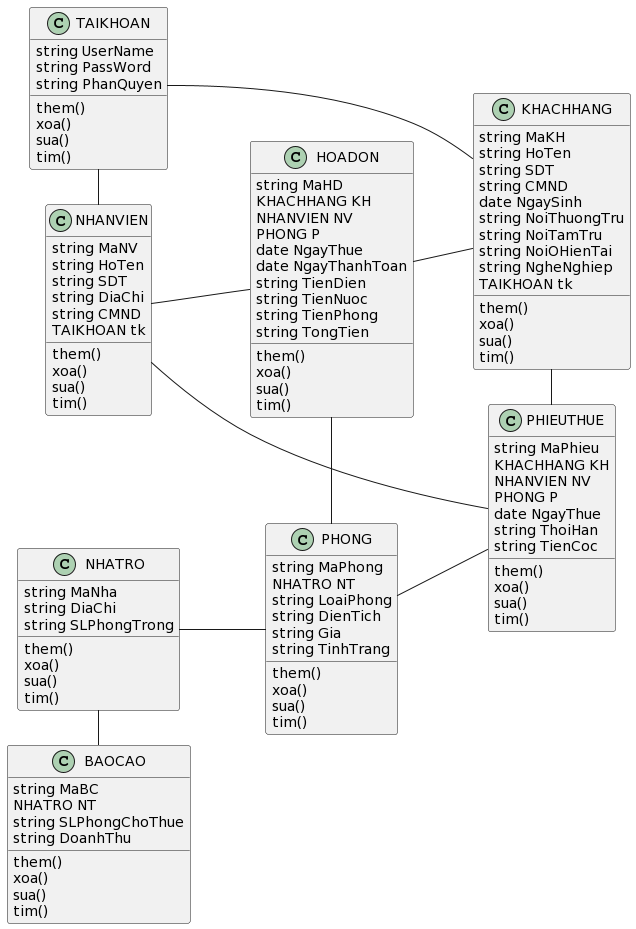
This is Lab1.2/ClassDiagram.png from VoTanTien/SE357-Pratice-class, a PlantUML export, as it was before one commit.
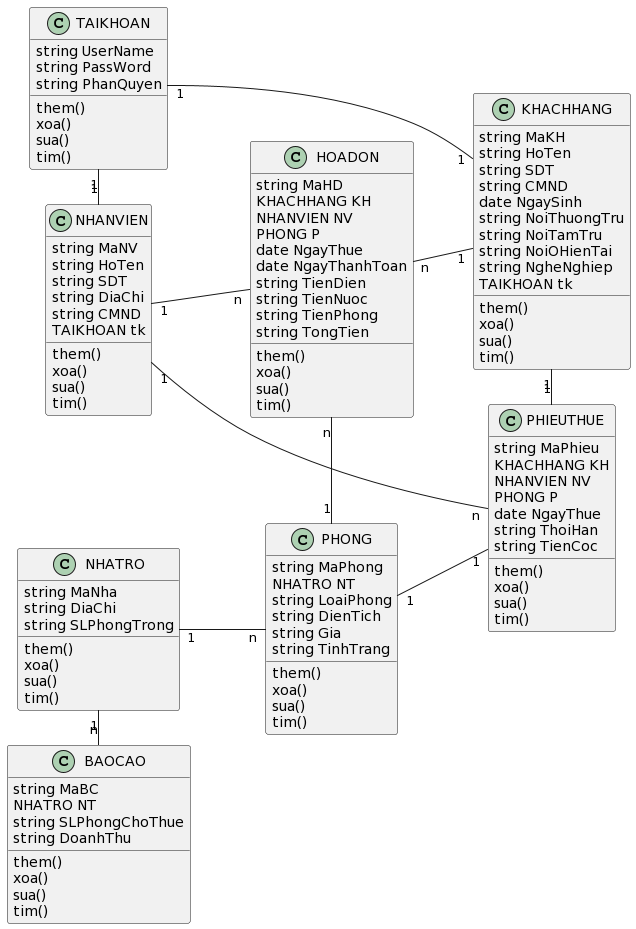
The same file after the commit.

Diff of the diagram source:
```diff
@@ -105,14 +105,14 @@
   tim()
 }
 left to right direction
-KHACHHANG -up- HOADON
-NHATRO -down- PHONG
-PHONG -left- HOADON
-NHANVIEN -down- HOADON
-KHACHHANG - PHIEUTHUE
-NHANVIEN - PHIEUTHUE
-PHONG - PHIEUTHUE
-NHATRO - BAOCAO
-TAIKHOAN - KHACHHANG
-TAIKHOAN - NHANVIEN
+KHACHHANG"1" -up- "n"HOADON
+NHATRO"1" -down- "n"PHONG
+PHONG"1" -left- "n"HOADON
+NHANVIEN"1" -down- "n"HOADON
+KHACHHANG"1" - "1"PHIEUTHUE
+NHANVIEN"1" - "n"PHIEUTHUE
+PHONG"1" - "1"PHIEUTHUE
+NHATRO"1" - "n"BAOCAO
+TAIKHOAN"1" - "1"KHACHHANG
+TAIKHOAN"1" - "1"NHANVIEN
 @enduml
```
